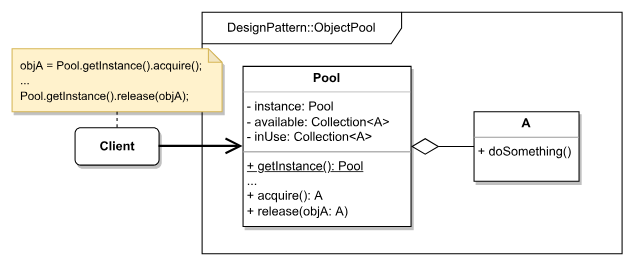
This is ObjectPool/ObjectPool.svg from safar-jn/design-patterns, a draw.io export, as it was before one commit. Source tidied: cells renumbered, new cells last; positions are measured from the earlier drawing's top-left corner, leaving out a move shared by most shapes.
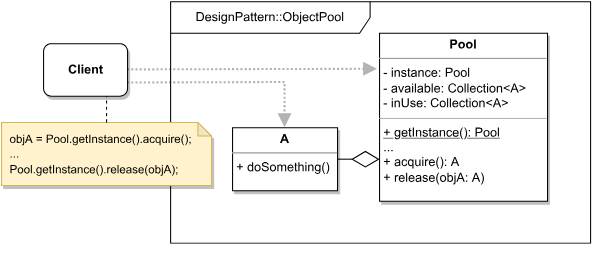
After the commit.

Commit message:
feat(object-pool): refactor image

Diff of the diagram source:
```diff
@@ -2,37 +2,41 @@
   <root>
     <mxCell id="0" />
     <mxCell id="1" parent="0" />
-    <mxCell id="2" style="rounded=0;whiteSpace=wrap;html=1;strokeColor=none;" parent="1" vertex="1">
-      <mxGeometry width="600" height="250" as="geometry" />
-    </mxCell>
+    <mxCell id="12" style="endArrow=block;endSize=8;html=1;rounded=0;shadow=0;labelBackgroundColor=default;sketch=0;strokeColor=#B3B3B3;strokeWidth=2;fontSize=12;fontColor=default;exitX=1;exitY=0.75;exitDx=0;exitDy=0;entryX=0.5;entryY=0;entryDx=0;entryDy=0;endFill=1;dashed=1;dashPattern=1 1;" parent="1" edge="1" source="5" target="7">
+      <mxGeometry x="-0.47" y="30" relative="1" as="geometry">
+        <Array as="points">
+          <mxPoint x="130" y="167" />
+        </Array>
+      </mxGeometry>
+    </mxCell>
+    <mxCell id="9" style="endArrow=block;endSize=8;html=1;rounded=0;shadow=0;labelBackgroundColor=default;sketch=0;strokeColor=#B3B3B3;strokeWidth=2;fontSize=12;fontColor=default;exitX=1;exitY=0.5;exitDx=0;exitDy=0;entryX=-0.012;entryY=0.215;entryDx=0;entryDy=0;endFill=1;dashed=1;dashPattern=1 1;entryPerimeter=0;" parent="1" edge="1" source="5" target="6">
+      <mxGeometry x="-0.47" y="30" relative="1" as="geometry" />
+    </mxCell>
     <mxCell id="3" value="DesignPattern::ObjectPool" style="shape=umlFrame;whiteSpace=wrap;html=1;width=190;height=30;" parent="1" vertex="1">
-      <mxGeometry x="191" y="10" width="400" height="230" as="geometry" />
+      <mxGeometry x="21" y="90" width="400" height="230" as="geometry" />
     </mxCell>
-    <mxCell id="4" style="edgeStyle=orthogonalEdgeStyle;rounded=0;orthogonalLoop=1;jettySize=auto;html=1;exitX=0.5;exitY=1;exitDx=0;exitDy=0;" parent="1" edge="1">
-      <mxGeometry relative="1" as="geometry">
-        <mxPoint x="329" y="253" as="sourcePoint" />
-        <mxPoint x="329" y="253" as="targetPoint" />
-      </mxGeometry>
-    </mxCell>
+    <mxCell id="13" style="edgeStyle=orthogonalEdgeStyle;rounded=0;orthogonalLoop=1;jettySize=auto;html=1;exitX=0.5;exitY=1;exitDx=0;exitDy=0;" parent="1" edge="1">
+      <mxGeometry relative="1" as="geometry">
+        <mxPoint x="159" y="333" as="sourcePoint" />
+        <mxPoint x="159" y="333" as="targetPoint" />
+      </mxGeometry>
+    </mxCell>
     <mxCell id="5" value="&lt;b&gt;Client&lt;/b&gt;" style="html=1;rounded=1;shadow=1;glass=0;sketch=0;strokeColor=default;strokeWidth=1;fontSize=12;fontColor=default;fillColor=default;gradientColor=none;" parent="1" vertex="1">
-      <mxGeometry x="70" y="120" width="80" height="35.6" as="geometry" />
+      <mxGeometry x="-100" y="130" width="80" height="50" as="geometry" />
     </mxCell>
     <mxCell id="6" value="&lt;p style=&quot;margin:0px;margin-top:4px;text-align:center;&quot;&gt;&lt;b&gt;Pool&lt;/b&gt;&lt;/p&gt;&lt;hr size=&quot;1&quot;&gt;&lt;p style=&quot;margin:0px;margin-left:4px;&quot;&gt;- instance: Pool&lt;/p&gt;&lt;p style=&quot;margin:0px;margin-left:4px;&quot;&gt;- available: Collection&amp;lt;A&amp;gt;&lt;/p&gt;&lt;p style=&quot;margin:0px;margin-left:4px;&quot;&gt;- inUse: Collection&amp;lt;A&amp;gt;&lt;/p&gt;&lt;hr size=&quot;1&quot;&gt;&lt;p style=&quot;margin:0px;margin-left:4px;&quot;&gt;&lt;u&gt;+ getInstance(): Pool&lt;/u&gt;&lt;/p&gt;&lt;p style=&quot;margin:0px;margin-left:4px;&quot;&gt;...&lt;/p&gt;&lt;p style=&quot;margin:0px;margin-left:4px;&quot;&gt;+ acquire(): A&lt;/p&gt;&lt;p style=&quot;margin:0px;margin-left:4px;&quot;&gt;+ release(objA: A)&lt;/p&gt;" style="verticalAlign=top;align=left;overflow=fill;fontSize=12;fontFamily=Helvetica;html=1;rounded=0;shadow=1;glass=0;sketch=0;strokeColor=default;strokeWidth=1;fontColor=default;fillColor=default;gradientColor=none;" parent="1" vertex="1">
-      <mxGeometry x="230" y="61.6" width="160" height="152.5" as="geometry" />
+      <mxGeometry x="220" y="120" width="160" height="160" as="geometry" />
     </mxCell>
     <mxCell id="7" value="&lt;p style=&quot;margin:0px;margin-top:4px;text-align:center;&quot;&gt;&lt;b&gt;A&lt;/b&gt;&lt;/p&gt;&lt;hr size=&quot;1&quot;&gt;&lt;p style=&quot;margin:0px;margin-left:4px;&quot;&gt;+ doSomething()&lt;/p&gt;" style="verticalAlign=top;align=left;overflow=fill;fontSize=12;fontFamily=Helvetica;html=1;rounded=0;shadow=1;glass=0;sketch=0;strokeColor=default;strokeWidth=1;fontColor=default;fillColor=default;gradientColor=none;" parent="1" vertex="1">
-      <mxGeometry x="450" y="104.7" width="100" height="66.2" as="geometry" />
+      <mxGeometry x="80" y="210" width="100" height="60" as="geometry" />
     </mxCell>
-    <mxCell id="8" style="endArrow=diamondThin;endFill=0;endSize=24;html=1;rounded=0;shadow=0;labelBackgroundColor=default;sketch=0;strokeColor=#000000;strokeWidth=1;fontSize=12;fontColor=default;entryX=1;entryY=0.5;entryDx=0;entryDy=0;exitX=0;exitY=0.5;exitDx=0;exitDy=0;" parent="1" edge="1" source="7" target="6">
+    <mxCell id="8" style="endArrow=diamondThin;endFill=0;endSize=24;html=1;rounded=0;shadow=0;labelBackgroundColor=default;sketch=0;strokeColor=#000000;strokeWidth=1;fontSize=12;fontColor=default;entryX=0;entryY=0.75;entryDx=0;entryDy=0;exitX=1;exitY=0.5;exitDx=0;exitDy=0;" parent="1" edge="1" source="7" target="6">
       <mxGeometry relative="1" as="geometry" />
     </mxCell>
-    <mxCell id="9" style="endArrow=open;endSize=12;html=1;rounded=0;shadow=0;labelBackgroundColor=default;sketch=0;strokeColor=#000000;strokeWidth=2;fontSize=12;fontColor=default;exitX=1;exitY=0.5;exitDx=0;exitDy=0;entryX=0;entryY=0.5;entryDx=0;entryDy=0;" parent="1" edge="1" source="5" target="6">
-      <mxGeometry x="-0.47" y="30" relative="1" as="geometry" />
-    </mxCell>
     <mxCell id="10" value="&lt;font style=&quot;font-size: 11px;&quot;&gt;&amp;nbsp; objA = Pool.getInstance().acquire();&lt;br&gt;&amp;nbsp; ...&lt;br&gt;&amp;nbsp; Pool.getInstance().release(objA);&lt;/font&gt;" style="shape=note;whiteSpace=wrap;html=1;backgroundOutline=1;darkOpacity=0.05;rounded=0;shadow=1;glass=0;sketch=0;strokeColor=#d6b656;strokeWidth=1;fontSize=12;fillColor=#fff2cc;size=13;align=left;" parent="1" vertex="1">
-      <mxGeometry x="10" y="44.7" width="200" height="60" as="geometry" />
+      <mxGeometry x="-140" y="205" width="200" height="60" as="geometry" />
     </mxCell>
-    <mxCell id="11" style="endArrow=none;dashed=1;html=1;rounded=0;shadow=0;labelBackgroundColor=default;sketch=0;strokeColor=#000000;strokeWidth=1;fontSize=11;fontColor=default;entryX=0.5;entryY=0;entryDx=0;entryDy=0;exitX=0.5;exitY=1;exitDx=0;exitDy=0;exitPerimeter=0;" parent="1" edge="1" source="10" target="5">
+    <mxCell id="11" style="endArrow=none;dashed=1;html=1;rounded=0;shadow=0;labelBackgroundColor=default;sketch=0;strokeColor=#000000;strokeWidth=1;fontSize=11;fontColor=default;exitX=0.5;exitY=0;exitDx=0;exitDy=0;exitPerimeter=0;entryX=0.75;entryY=1;entryDx=0;entryDy=0;" parent="1" edge="1" source="10" target="5">
       <mxGeometry relative="1" as="geometry" />
     </mxCell>
   </root>
```
